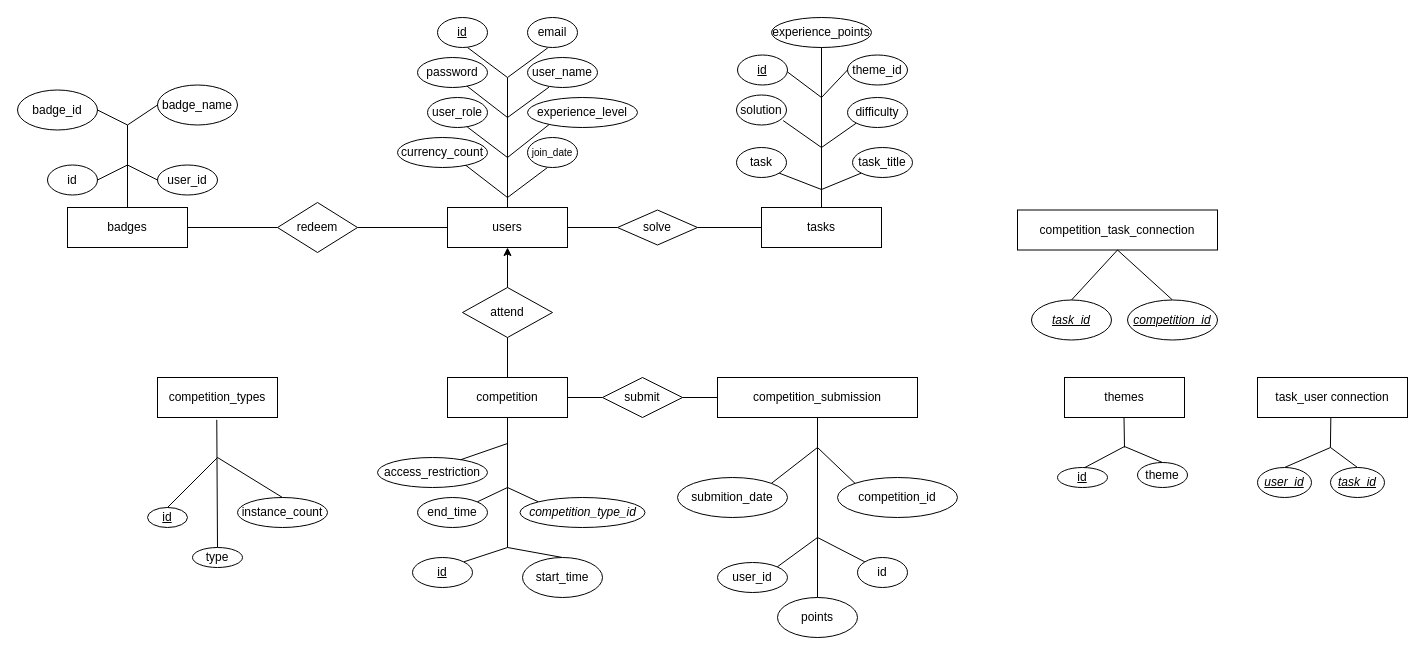
The draw.io diagram Math_Solve_Database.drawio in MozesBence/matekos_leetcode, before the edit. Source tidied: cells renumbered, new cells numbered last; positions are measured from the earlier drawing's top-left corner, leaving out a move shared by most shapes. Both pictures are drawn from the tidied source at 100%, with x=0, y=0 at pixel (17, 17).
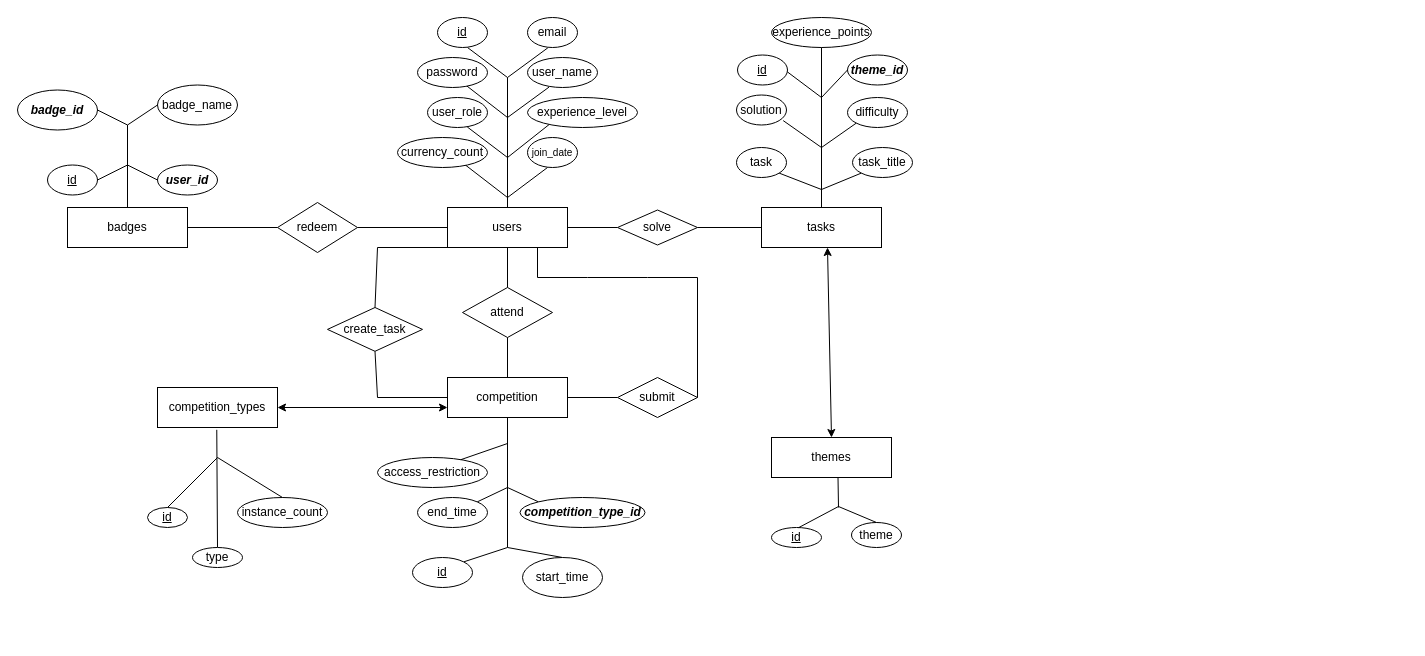
The same page after the edit.

Commit message:
Frissitett diagram (uj muveletek,kapcsolatok)

Unchanged cells that the change refers to:
```xml
<mxCell id="2" value="users" style="rounded=0;whiteSpace=wrap;html=1;" parent="1" vertex="1">
  <mxGeometry x="430" y="190" width="120" height="40" as="geometry" />
</mxCell>
<mxCell id="20" value="competition" style="rounded=0;whiteSpace=wrap;html=1;" parent="1" vertex="1">
  <mxGeometry x="430" y="360" width="120" height="40" as="geometry" />
</mxCell>
<mxCell id="21" value="attend" style="rhombus;whiteSpace=wrap;html=1;" parent="1" vertex="1">
  <mxGeometry x="445" y="270" width="90" height="50" as="geometry" />
</mxCell>
<mxCell id="43" value="tasks" style="rounded=0;whiteSpace=wrap;html=1;" parent="1" vertex="1">
  <mxGeometry x="744" y="190" width="120" height="40" as="geometry" />
</mxCell>
```

Change to the diagram source:
```diff
@@
-    <mxCell id="22" style="endArrow=classic;html=1;rounded=0;entryX=0.5;entryY=1;entryDx=0;entryDy=0;exitX=0.5;exitY=0;exitDx=0;exitDy=0;" parent="1" edge="1" source="21" target="2">
-      <mxGeometry relative="1" as="geometry" />
-    </mxCell>
@@
-    <mxCell id="32" value="&lt;i&gt;competition_type_id&lt;/i&gt;" style="ellipse;whiteSpace=wrap;html=1;" parent="1" vertex="1">
+    <mxCell id="32" value="&lt;i&gt;&lt;b&gt;competition_type_id&lt;/b&gt;&lt;/i&gt;" style="ellipse;whiteSpace=wrap;html=1;" parent="1" vertex="1">
       <mxGeometry x="502.5" y="480" width="125" height="30" as="geometry" />
     </mxCell>
@@
     <mxCell id="35" value="competition_types" style="rounded=0;whiteSpace=wrap;html=1;" parent="1" vertex="1">
-      <mxGeometry x="140" y="360" width="120" height="40" as="geometry" />
+      <mxGeometry x="140" y="370" width="120" height="40" as="geometry" />
     </mxCell>
@@
-    <mxCell id="42" value="competition_task_connection" style="rounded=0;whiteSpace=wrap;html=1;" parent="1" vertex="1">
-      <mxGeometry x="1000" y="192.5" width="200" height="40" as="geometry" />
-    </mxCell>
@@
-    <mxCell id="44" style="endArrow=none;html=1;rounded=0;exitX=0.5;exitY=0;exitDx=0;exitDy=0;" parent="1" edge="1" source="47">
-      <mxGeometry relative="1" as="geometry">
-        <mxPoint x="1100" y="232.5" as="targetPoint" />
-      </mxGeometry>
-    </mxCell>
-    <mxCell id="45" style="endArrow=none;html=1;rounded=0;exitX=0.5;exitY=0;exitDx=0;exitDy=0;" parent="1" edge="1" source="46">
-      <mxGeometry relative="1" as="geometry">
-        <mxPoint x="1100" y="232.5" as="targetPoint" />
-      </mxGeometry>
-    </mxCell>
-    <mxCell id="46" value="&lt;u&gt;&lt;i&gt;task_id&lt;/i&gt;&lt;/u&gt;" style="ellipse;whiteSpace=wrap;html=1;" parent="1" vertex="1">
-      <mxGeometry x="1014" y="282.5" width="80" height="40" as="geometry" />
-    </mxCell>
-    <mxCell id="47" value="&lt;u&gt;&lt;i&gt;competition_id&lt;/i&gt;&lt;/u&gt;" style="ellipse;whiteSpace=wrap;html=1;" parent="1" vertex="1">
-      <mxGeometry x="1110" y="282.5" width="90" height="40" as="geometry" />
-    </mxCell>
@@
-    <mxCell id="54" value="theme_id" style="ellipse;whiteSpace=wrap;html=1;" parent="1" vertex="1">
+    <mxCell id="54" value="&lt;b&gt;&lt;i&gt;theme_id&lt;/i&gt;&lt;/b&gt;" style="ellipse;whiteSpace=wrap;html=1;" parent="1" vertex="1">
       <mxGeometry x="830" y="37.5" width="60" height="30" as="geometry" />
     </mxCell>
@@
-    <mxCell id="62" value="competition_submission" style="rounded=0;whiteSpace=wrap;html=1;" parent="1" vertex="1">
-      <mxGeometry x="700" y="360" width="200" height="40" as="geometry" />
-    </mxCell>
-    <mxCell id="63" style="endArrow=none;html=1;rounded=0;entryX=0.5;entryY=1;entryDx=0;entryDy=0;" parent="1" edge="1" target="65">
-      <mxGeometry relative="1" as="geometry">
-        <mxPoint x="800" y="400" as="sourcePoint" />
-      </mxGeometry>
-    </mxCell>
-    <mxCell id="64" value="submition_date" style="ellipse;whiteSpace=wrap;html=1;" parent="1" vertex="1">
-      <mxGeometry x="660" y="460" width="110" height="40" as="geometry" />
-    </mxCell>
-    <mxCell id="65" value="points" style="ellipse;whiteSpace=wrap;html=1;" parent="1" vertex="1">
-      <mxGeometry x="760" y="580" width="80" height="40" as="geometry" />
-    </mxCell>
-    <mxCell id="66" value="user_id" style="ellipse;whiteSpace=wrap;html=1;" parent="1" vertex="1">
-      <mxGeometry x="700" y="545" width="70" height="30" as="geometry" />
-    </mxCell>
-    <mxCell id="67" value="competition_id" style="ellipse;whiteSpace=wrap;html=1;" parent="1" vertex="1">
-      <mxGeometry x="820" y="460" width="120" height="40" as="geometry" />
-    </mxCell>
-    <mxCell id="68" value="id" style="ellipse;whiteSpace=wrap;html=1;" parent="1" vertex="1">
-      <mxGeometry x="840" y="540" width="50" height="30" as="geometry" />
-    </mxCell>
-    <mxCell id="69" style="endArrow=none;html=1;rounded=0;entryX=0;entryY=0;entryDx=0;entryDy=0;" parent="1" edge="1" target="68">
-      <mxGeometry relative="1" as="geometry">
-        <mxPoint x="800" y="520" as="sourcePoint" />
-      </mxGeometry>
-    </mxCell>
-    <mxCell id="70" style="endArrow=none;html=1;rounded=0;entryX=0;entryY=0;entryDx=0;entryDy=0;" parent="1" edge="1" target="67">
-      <mxGeometry relative="1" as="geometry">
-        <mxPoint x="800" y="430" as="sourcePoint" />
-      </mxGeometry>
-    </mxCell>
-    <mxCell id="71" style="endArrow=none;html=1;rounded=0;exitX=1;exitY=0;exitDx=0;exitDy=0;" parent="1" edge="1" source="66">
-      <mxGeometry relative="1" as="geometry">
-        <mxPoint x="800" y="520" as="targetPoint" />
-      </mxGeometry>
-    </mxCell>
-    <mxCell id="72" style="endArrow=none;html=1;rounded=0;exitX=1;exitY=0;exitDx=0;exitDy=0;" parent="1" edge="1" source="64">
-      <mxGeometry relative="1" as="geometry">
-        <mxPoint x="800" y="430" as="targetPoint" />
-      </mxGeometry>
-    </mxCell>
     <mxCell id="73" value="themes" style="rounded=0;whiteSpace=wrap;html=1;" parent="1" vertex="1">
-      <mxGeometry x="1047" y="360" width="120" height="40" as="geometry" />
+      <mxGeometry x="754" y="420" width="120" height="40" as="geometry" />
     </mxCell>
@@
-    <mxCell id="75" value="task_user connection" style="rounded=0;whiteSpace=wrap;html=1;" parent="1" vertex="1">
-      <mxGeometry x="1240" y="360" width="150" height="40" as="geometry" />
-    </mxCell>
@@
-    <mxCell id="77" value="id" style="ellipse;whiteSpace=wrap;html=1;" parent="1" vertex="1">
+    <mxCell id="77" value="&lt;u&gt;id&lt;/u&gt;" style="ellipse;whiteSpace=wrap;html=1;" parent="1" vertex="1">
       <mxGeometry x="30" y="147.5" width="50" height="30" as="geometry" />
     </mxCell>
-    <mxCell id="78" value="user_id" style="ellipse;whiteSpace=wrap;html=1;" parent="1" vertex="1">
+    <mxCell id="78" value="&lt;b&gt;&lt;i&gt;user_id&lt;/i&gt;&lt;/b&gt;" style="ellipse;whiteSpace=wrap;html=1;" parent="1" vertex="1">
       <mxGeometry x="140" y="147.5" width="60" height="30" as="geometry" />
     </mxCell>
-    <mxCell id="79" value="badge_id" style="ellipse;whiteSpace=wrap;html=1;" parent="1" vertex="1">
+    <mxCell id="79" value="&lt;b&gt;&lt;i&gt;badge_id&lt;/i&gt;&lt;/b&gt;" style="ellipse;whiteSpace=wrap;html=1;" parent="1" vertex="1">
       <mxGeometry y="72.5" width="80" height="40" as="geometry" />
     </mxCell>
@@
     <mxCell id="91" value="submit" style="rhombus;whiteSpace=wrap;html=1;" parent="1" vertex="1">
-      <mxGeometry x="585" y="360" width="80" height="40" as="geometry" />
+      <mxGeometry x="600" y="360" width="80" height="40" as="geometry" />
     </mxCell>
@@
-    <mxCell id="93" style="endArrow=none;html=1;rounded=0;exitX=1;exitY=0.5;exitDx=0;exitDy=0;" parent="1" edge="1" source="91">
+    <mxCell id="93" style="endArrow=none;html=1;rounded=0;exitX=1;exitY=0.5;exitDx=0;exitDy=0;entryX=0.75;entryY=1;entryDx=0;entryDy=0;" parent="1" edge="1" source="91" target="2">
       <mxGeometry relative="1" as="geometry">
-        <mxPoint x="700" y="380" as="targetPoint" />
+        <Array as="points">
+          <mxPoint x="680" y="260" />
+          <mxPoint x="630" y="260" />
+          <mxPoint x="570" y="260" />
+          <mxPoint x="520" y="260" />
+        </Array>
       </mxGeometry>
     </mxCell>
-    <mxCell id="94" style="endArrow=none;html=1;rounded=0;entryX=0.489;entryY=0.996;entryDx=0;entryDy=0;entryPerimeter=0;" parent="1" edge="1" target="75">
-      <mxGeometry relative="1" as="geometry">
-        <mxPoint x="1312.9" y="430" as="sourcePoint" />
-      </mxGeometry>
-    </mxCell>
     <mxCell id="95" style="endArrow=none;html=1;rounded=0;entryX=0.5;entryY=1;entryDx=0;entryDy=0;" parent="1" edge="1">
       <mxGeometry relative="1" as="geometry">
-        <mxPoint x="1107" y="430" as="sourcePoint" />
-        <mxPoint x="1106.5" y="400" as="targetPoint" />
+        <mxPoint x="821" y="490" as="sourcePoint" />
+        <mxPoint x="820.5" y="460" as="targetPoint" />
       </mxGeometry>
     </mxCell>
-    <mxCell id="96" style="endArrow=none;html=1;rounded=0;exitX=0.5;exitY=0;exitDx=0;exitDy=0;" parent="1" edge="1" source="98">
-      <mxGeometry relative="1" as="geometry">
-        <mxPoint x="1313" y="430" as="targetPoint" />
-      </mxGeometry>
-    </mxCell>
-    <mxCell id="97" style="endArrow=none;html=1;rounded=0;exitX=0.5;exitY=0;exitDx=0;exitDy=0;" parent="1" edge="1" source="99">
-      <mxGeometry relative="1" as="geometry">
-        <mxPoint x="1313" y="430" as="targetPoint" />
-      </mxGeometry>
-    </mxCell>
-    <mxCell id="98" value="&lt;u&gt;&lt;i&gt;user_id&lt;/i&gt;&lt;/u&gt;" style="ellipse;whiteSpace=wrap;html=1;" parent="1" vertex="1">
-      <mxGeometry x="1240" y="450" width="54" height="30" as="geometry" />
-    </mxCell>
-    <mxCell id="99" value="&lt;u&gt;&lt;i&gt;task_id&lt;/i&gt;&lt;/u&gt;" style="ellipse;whiteSpace=wrap;html=1;" parent="1" vertex="1">
-      <mxGeometry x="1313" y="450" width="54" height="30" as="geometry" />
-    </mxCell>
     <mxCell id="100" value="&lt;u&gt;id&lt;/u&gt;" style="ellipse;whiteSpace=wrap;html=1;" parent="1" vertex="1">
-      <mxGeometry x="1040" y="450" width="50" height="20" as="geometry" />
+      <mxGeometry x="754" y="510" width="50" height="20" as="geometry" />
     </mxCell>
     <mxCell id="101" value="theme" style="ellipse;whiteSpace=wrap;html=1;" parent="1" vertex="1">
-      <mxGeometry x="1120" y="445" width="50" height="25" as="geometry" />
+      <mxGeometry x="834" y="505" width="50" height="25" as="geometry" />
     </mxCell>
     <mxCell id="102" style="endArrow=none;html=1;rounded=0;exitX=0.544;exitY=0.006;exitDx=0;exitDy=0;exitPerimeter=0;" parent="1" edge="1" source="100">
       <mxGeometry relative="1" as="geometry">
-        <mxPoint x="1107" y="429" as="targetPoint" />
+        <mxPoint x="821" y="489" as="targetPoint" />
       </mxGeometry>
     </mxCell>
     <mxCell id="103" style="endArrow=none;html=1;rounded=0;exitX=0.5;exitY=0;exitDx=0;exitDy=0;" parent="1" edge="1" source="101">
       <mxGeometry relative="1" as="geometry">
-        <mxPoint x="1107" y="429" as="targetPoint" />
+        <mxPoint x="821" y="489" as="targetPoint" />
       </mxGeometry>
     </mxCell>
+    <mxCell id="104" value="create_task" style="rhombus;whiteSpace=wrap;html=1;" parent="1" vertex="1">
+      <mxGeometry x="310" y="290" width="95" height="43.8" as="geometry" />
+    </mxCell>
+    <mxCell id="22" style="endArrow=none;html=1;rounded=0;entryX=0.5;entryY=1;entryDx=0;entryDy=0;exitX=0.5;exitY=0;exitDx=0;exitDy=0;" parent="1" edge="1" source="21" target="2">
+      <mxGeometry relative="1" as="geometry" />
+    </mxCell>
+    <mxCell id="105" style="endArrow=none;html=1;rounded=0;entryX=0.5;entryY=1;entryDx=0;entryDy=0;exitX=0;exitY=0.5;exitDx=0;exitDy=0;" parent="1" edge="1" source="20" target="104">
+      <mxGeometry relative="1" as="geometry">
+        <Array as="points">
+          <mxPoint x="360" y="380" />
+        </Array>
+      </mxGeometry>
+    </mxCell>
+    <mxCell id="106" style="endArrow=none;html=1;rounded=0;exitX=0.5;exitY=0;exitDx=0;exitDy=0;entryX=0;entryY=1;entryDx=0;entryDy=0;" parent="1" edge="1" source="104" target="2">
+      <mxGeometry relative="1" as="geometry">
+        <Array as="points">
+          <mxPoint x="360" y="230" />
+        </Array>
+      </mxGeometry>
+    </mxCell>
+    <mxCell id="107" style="endArrow=classic;startArrow=classic;html=1;rounded=0;entryX=0.55;entryY=1;entryDx=0;entryDy=0;entryPerimeter=0;exitX=0.5;exitY=0;exitDx=0;exitDy=0;" parent="1" edge="1" source="73" target="43">
+      <mxGeometry relative="1" as="geometry" />
+    </mxCell>
+    <mxCell id="108" style="endArrow=classic;startArrow=classic;html=1;rounded=0;entryX=0;entryY=0.75;entryDx=0;entryDy=0;exitX=1;exitY=0.5;exitDx=0;exitDy=0;" parent="1" edge="1" source="35" target="20">
+      <mxGeometry relative="1" as="geometry" />
+    </mxCell>
```
